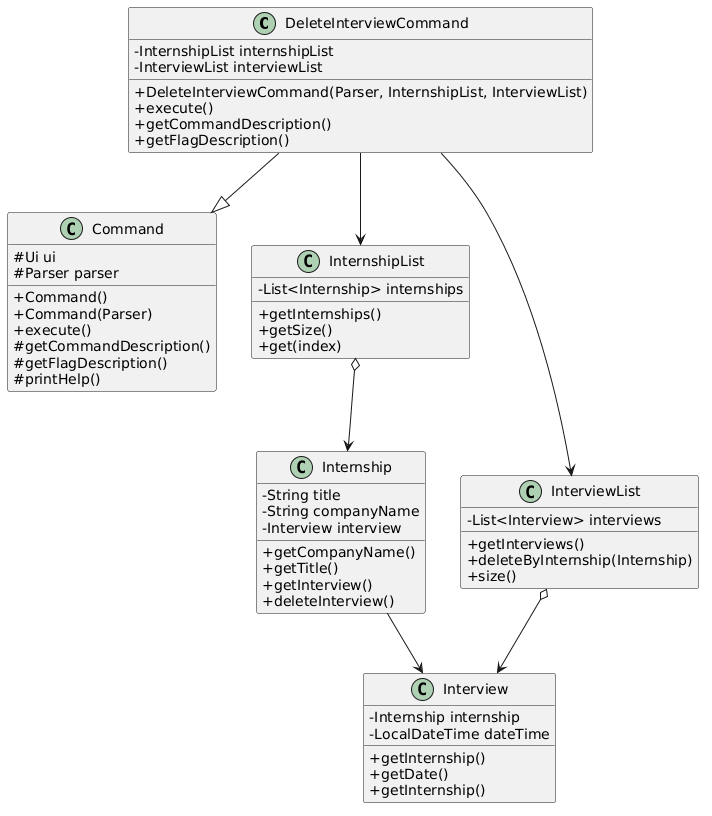
This is docs/diagrams/DeleteInterviewCommandClassDiagram.png from Yian123330/tp, a PlantUML export, as it was before one commit. Source of this version:
```plantuml
@startuml
skinparam classAttributeIconSize 0
skinparam shadowing false

class DeleteInterviewCommand {
    - InternshipList internshipList
    - InterviewList interviewList
    + DeleteInterviewCommand(Parser, InternshipList, InterviewList)
    + execute()
    + getCommandDescription()
    + getFlagDescription()
}

class Command {
    # Ui ui
    # Parser parser
    + Command()
    + Command(Parser)
    + execute()
    # getCommandDescription()
    # getFlagDescription()
    # printHelp()
}

class InternshipList {
    - List<Internship> internships
    + getInternships()
    + getSize()
    + get(index)
}

class InterviewList {
    - List<Interview> interviews
    + getInterviews()
    + deleteByInternship(Internship)
    + size()
}

class Internship {
    - String title
    - String companyName
    - Interview interview
    + getCompanyName()
    + getTitle()
    + getInterview()
    + deleteInterview()
}

class Interview {
    - Internship internship
    - LocalDateTime dateTime
    + getInternship()
    + getDate()
    + getInternship()
}

DeleteInterviewCommand --|> Command
DeleteInterviewCommand --> InternshipList
DeleteInterviewCommand --> InterviewList
InternshipList o--> Internship
InterviewList o--> Interview
Internship --> Interview
@enduml
```
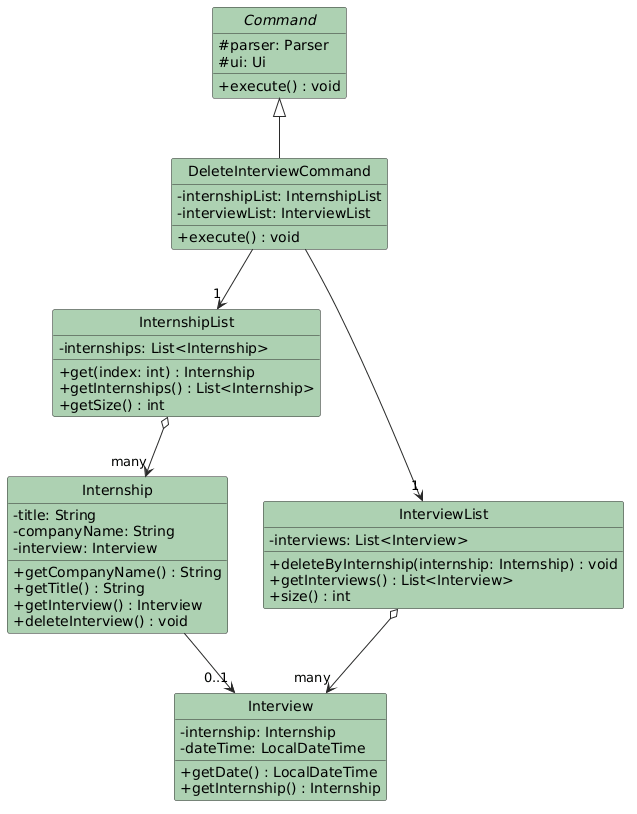
After the commit.

Commit message:
Updated Class Diagram for List, delete, delete interview and search internship

The edit, as a diff of the source:
```diff
@@ -1,63 +1,59 @@
 @startuml
+hide circle
 skinparam classAttributeIconSize 0
-skinparam shadowing false
+skinparam class {
+    BackgroundColor #ADD1B2
+    ArrowColor #2A2A2A
+    BorderColor #2A2A2A
+}
+
+abstract class Command {
+  # parser: Parser
+  # ui: Ui
+  + execute() : void
+}
 
 class DeleteInterviewCommand {
-    - InternshipList internshipList
-    - InterviewList interviewList
-    + DeleteInterviewCommand(Parser, InternshipList, InterviewList)
-    + execute()
-    + getCommandDescription()
-    + getFlagDescription()
-}
-
-class Command {
-    # Ui ui
-    # Parser parser
-    + Command()
-    + Command(Parser)
-    + execute()
-    # getCommandDescription()
-    # getFlagDescription()
-    # printHelp()
+  - internshipList: InternshipList
+  - interviewList: InterviewList
+  + execute() : void
 }
 
 class InternshipList {
-    - List<Internship> internships
-    + getInternships()
-    + getSize()
-    + get(index)
+  - internships: List<Internship>
+  + get(index: int) : Internship
+  + getInternships() : List<Internship>
+  + getSize() : int
 }
 
 class InterviewList {
-    - List<Interview> interviews
-    + getInterviews()
-    + deleteByInternship(Internship)
-    + size()
+  - interviews: List<Interview>
+  + deleteByInternship(internship: Internship) : void
+  + getInterviews() : List<Interview>
+  + size() : int
 }
 
 class Internship {
-    - String title
-    - String companyName
-    - Interview interview
-    + getCompanyName()
-    + getTitle()
-    + getInterview()
-    + deleteInterview()
+  - title: String
+  - companyName: String
+  - interview: Interview
+  + getCompanyName() : String
+  + getTitle() : String
+  + getInterview() : Interview
+  + deleteInterview() : void
 }
 
 class Interview {
-    - Internship internship
-    - LocalDateTime dateTime
-    + getInternship()
-    + getDate()
-    + getInternship()
+  - internship: Internship
+  - dateTime: LocalDateTime
+  + getDate() : LocalDateTime
+  + getInternship() : Internship
 }
 
-DeleteInterviewCommand --|> Command
-DeleteInterviewCommand --> InternshipList
-DeleteInterviewCommand --> InterviewList
-InternshipList o--> Internship
-InterviewList o--> Interview
-Internship --> Interview
+Command <|-- DeleteInterviewCommand
+DeleteInterviewCommand --> "1" InternshipList
+DeleteInterviewCommand --> "1" InterviewList
+InternshipList o--> "many" Internship
+InterviewList o--> "many" Interview
+Internship --> "0..1" Interview
 @enduml
```
